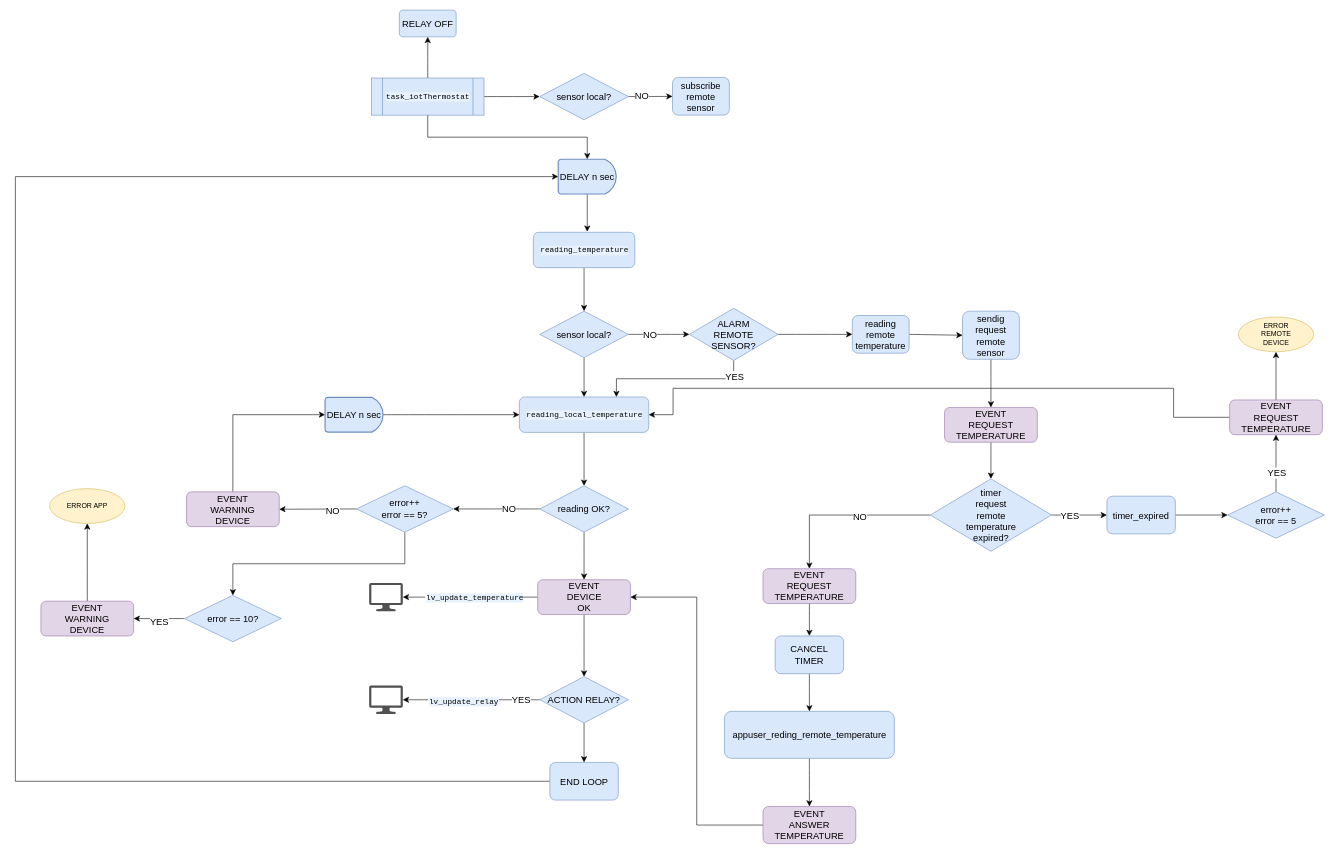
The draw.io diagram page "lectura temperatura" (2 of 2) of flujoAplicacion.drawio in r126401/iotThermostat, before the edit. Source tidied: cells renumbered, new cells numbered last; positions are measured from the earlier drawing's top-left corner, leaving out a move shared by most shapes. Both pictures are drawn from the tidied source at 58%, with x=0, y=0 at pixel (15, 10).
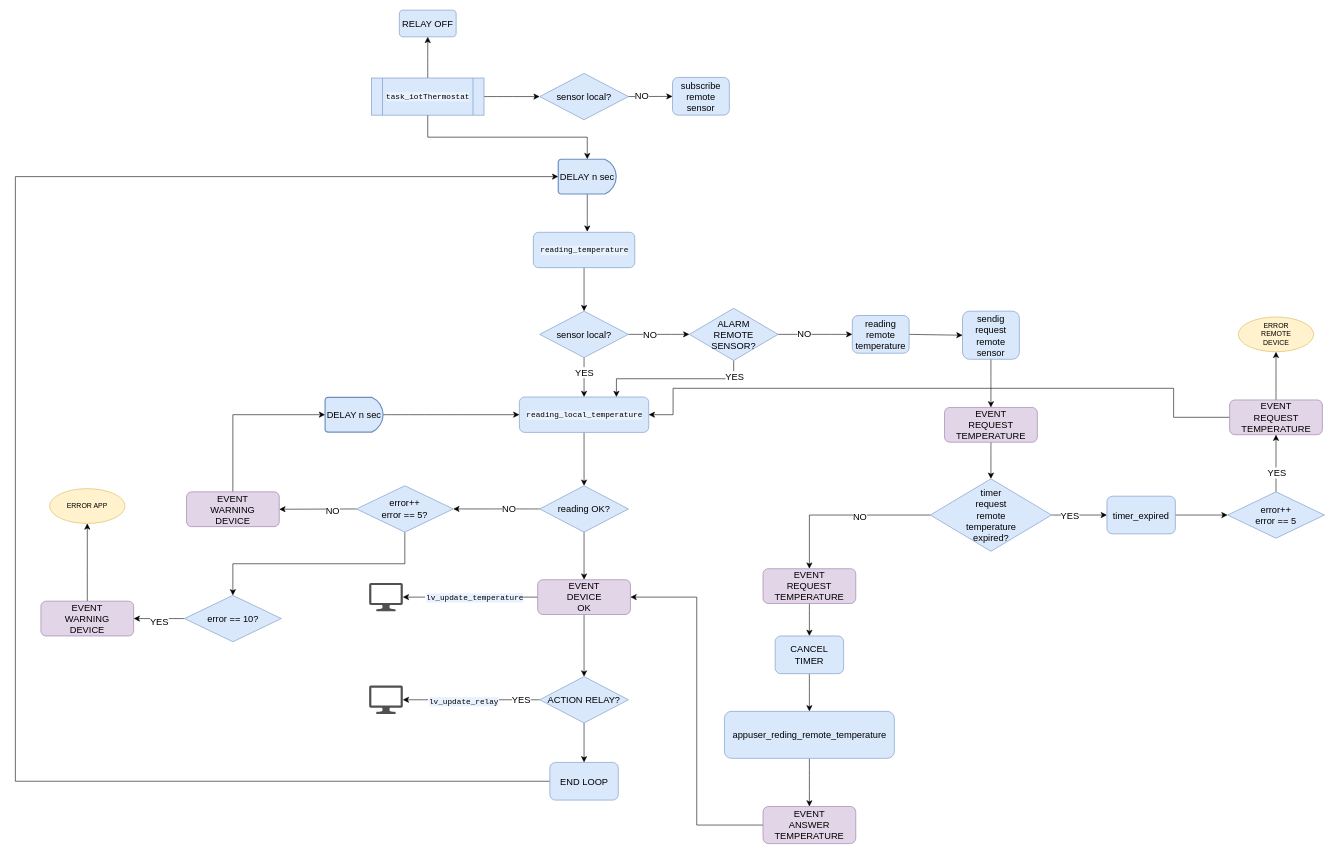
The same page after the edit.

What changed in the source:
```diff
@@
+    <mxCell id="84" value="YES" style="edgeLabel;html=1;align=center;verticalAlign=middle;fontSize=16;" parent="1" vertex="1">
+      <mxGeometry x="860" y="868" as="geometry">
+        <mxPoint x="120" y="-244" as="offset" />
+      </mxGeometry>
+    </mxCell>
+    <mxCell id="85" value="NO" style="edgeLabel;html=1;align=center;verticalAlign=middle;fontSize=16;" parent="1" vertex="1">
+      <mxGeometry x="1103" y="569" as="geometry">
+        <mxPoint x="256" y="-12" as="offset" />
+      </mxGeometry>
+    </mxCell>
```
